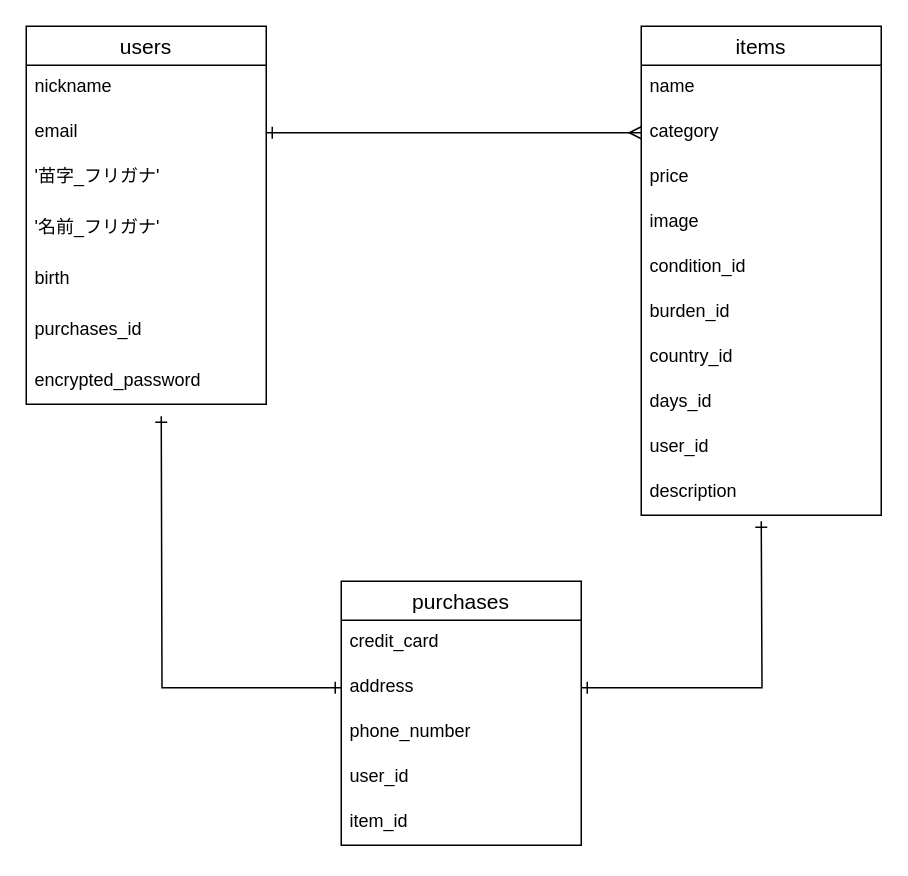
kosei-kubota/furima-34523 keeps this draw.io diagram as furima.dio. Above is the earlier version. Source tidied: cells renumbered, new cells numbered last; positions are measured from the earlier drawing's top-left corner, leaving out a move shared by most shapes. Both pictures are drawn from the tidied source at 150%, with x=0, y=0 at pixel (26, 26).
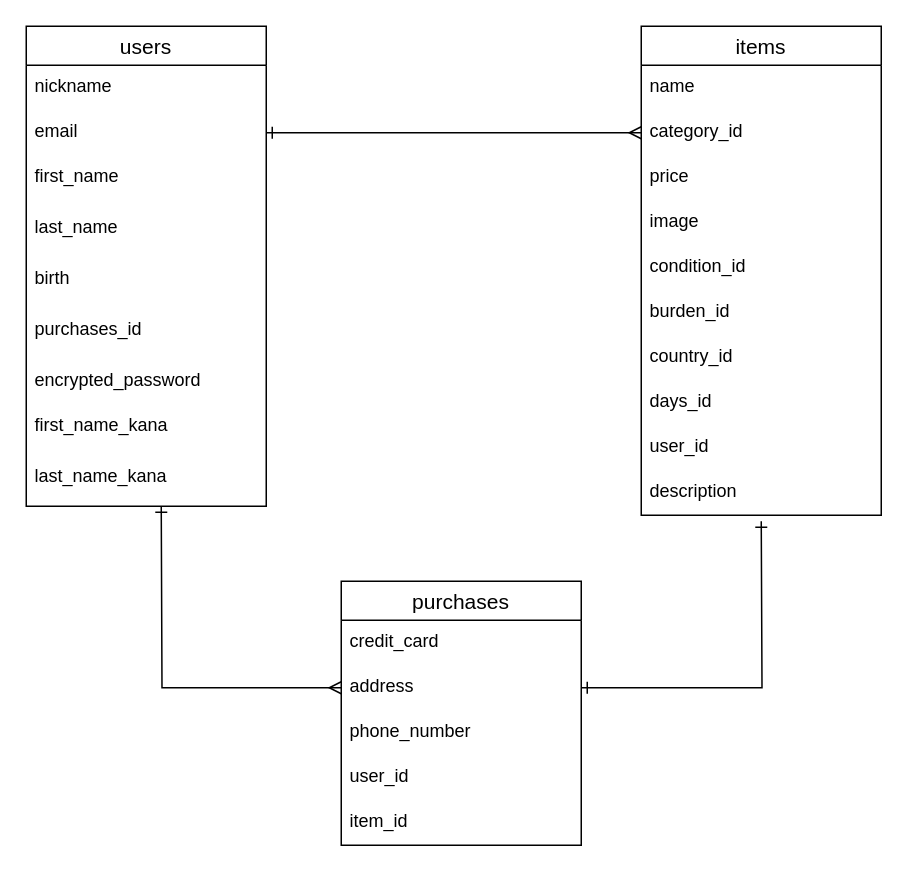
Above is the later version.

Unchanged cells that the change refers to:
```xml
<mxCell id="12" value="address" style="text;strokeColor=none;fillColor=none;spacingLeft=4;spacingRight=4;overflow=hidden;points=[[0,0.5],[1,0.5]];portConstraint=eastwest;fontSize=12;" parent="10" vertex="1">
  <mxGeometry y="56" width="160" height="30" as="geometry" />
</mxCell>
<mxCell id="16" value="items" style="swimlane;fontStyle=0;horizontal=1;startSize=26;align=center;fontSize=14;" parent="1" vertex="1">
  <mxGeometry x="410" width="160" height="326" as="geometry" />
</mxCell>
```

Change to the diagram source:
```diff
@@
     <mxCell id="2" value="users" style="swimlane;fontStyle=0;horizontal=1;startSize=26;align=center;fontSize=14;" parent="1" vertex="1">
-      <mxGeometry width="160" height="252" as="geometry" />
+      <mxGeometry width="160" height="320" as="geometry" />
     </mxCell>
@@
-    <mxCell id="5" value="'苗字_フリガナ'" style="text;strokeColor=none;fillColor=none;spacingLeft=4;spacingRight=4;overflow=hidden;fontSize=12;" parent="2" vertex="1">
+    <mxCell id="5" value="first_name" style="text;strokeColor=none;fillColor=none;spacingLeft=4;spacingRight=4;overflow=hidden;fontSize=12;" parent="2" vertex="1">
       <mxGeometry y="86" width="160" height="34" as="geometry" />
     </mxCell>
-    <mxCell id="6" value="'名前_フリガナ'" style="text;strokeColor=none;fillColor=none;spacingLeft=4;spacingRight=4;overflow=hidden;fontSize=12;" parent="2" vertex="1">
+    <mxCell id="6" value="last_name" style="text;strokeColor=none;fillColor=none;spacingLeft=4;spacingRight=4;overflow=hidden;fontSize=12;" parent="2" vertex="1">
       <mxGeometry y="120" width="160" height="34" as="geometry" />
     </mxCell>
@@
+    <mxCell id="30" value="first_name_kana" style="text;strokeColor=none;fillColor=none;spacingLeft=4;spacingRight=4;overflow=hidden;fontSize=12;" parent="2" vertex="1">
+      <mxGeometry y="252" width="160" height="34" as="geometry" />
+    </mxCell>
+    <mxCell id="31" value="last_name_kana" style="text;strokeColor=none;fillColor=none;spacingLeft=4;spacingRight=4;overflow=hidden;fontSize=12;" parent="2" vertex="1">
+      <mxGeometry y="286" width="160" height="34" as="geometry" />
+    </mxCell>
@@
-    <mxCell id="18" value="category" style="text;strokeColor=none;fillColor=none;spacingLeft=4;spacingRight=4;overflow=hidden;points=[[0,0.5],[1,0.5]];portConstraint=eastwest;fontSize=12;" parent="16" vertex="1">
+    <mxCell id="18" value="category_id" style="text;strokeColor=none;fillColor=none;spacingLeft=4;spacingRight=4;overflow=hidden;points=[[0,0.5],[1,0.5]];portConstraint=eastwest;fontSize=12;" parent="16" vertex="1">
       <mxGeometry y="56" width="160" height="30" as="geometry" />
     </mxCell>
@@
-    <mxCell id="28" style="edgeStyle=orthogonalEdgeStyle;rounded=0;jettySize=auto;html=1;exitX=0;exitY=0.5;exitDx=0;exitDy=0;endArrow=ERone;endFill=0;startArrow=ERone;startFill=0;" parent="1" edge="1" source="12">
+    <mxCell id="28" style="edgeStyle=orthogonalEdgeStyle;rounded=0;jettySize=auto;html=1;exitX=0;exitY=0.5;exitDx=0;exitDy=0;endArrow=ERone;endFill=0;startArrow=ERmany;startFill=0;" parent="1" edge="1" source="12">
       <mxGeometry relative="1" as="geometry">
-        <mxPoint x="90" y="260" as="targetPoint" />
+        <mxPoint x="90" y="320" as="targetPoint" />
       </mxGeometry>
     </mxCell>
```
